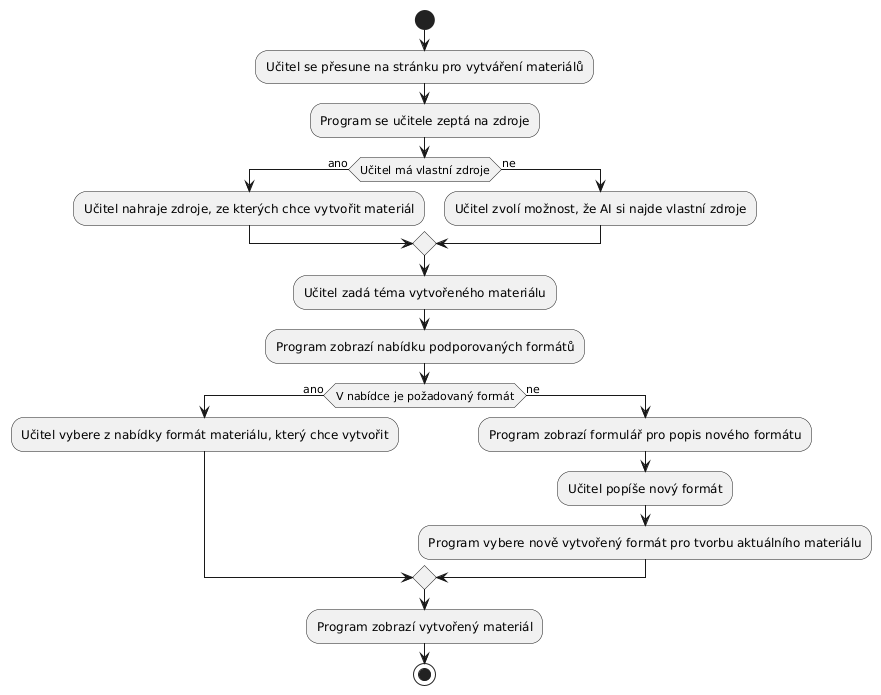
Before: activity_diagrams/AD-006.png, a diagram exported from PlantUML (SmartGourd/NSWI041).
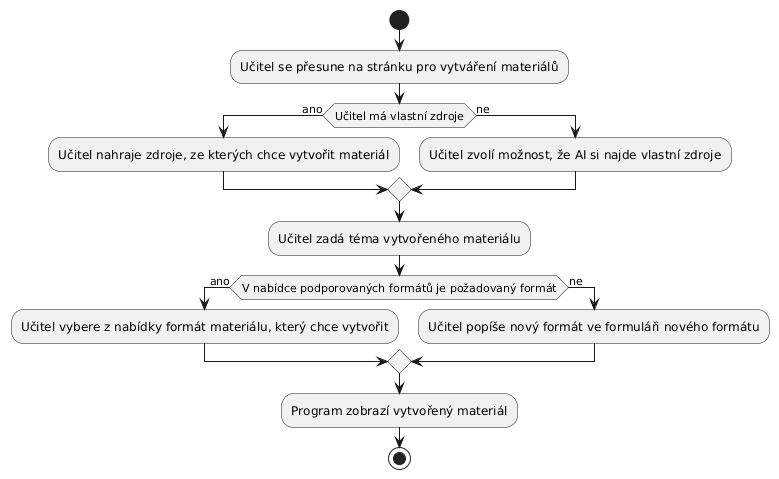
The same file after the commit.

Change to the diagram source:
```diff
@@ -1,20 +1,16 @@
 @startuml
 start
 :Učitel se přesune na stránku pro vytváření materiálů;
-:Program se učitele zeptá na zdroje;
 if (Učitel má vlastní zdroje) then (ano)
 :Učitel nahraje zdroje, ze kterých chce vytvořit materiál;
 else (ne)
 :Učitel zvolí možnost, že AI si najde vlastní zdroje;
 endif
 :Učitel zadá téma vytvořeného materiálu;
-:Program zobrazí nabídku podporovaných formátů;
-if (V nabídce je požadovaný formát) then (ano)
+if (V nabídce podporovaných formátů je požadovaný formát) then (ano)
 :Učitel vybere z nabídky formát materiálu, který chce vytvořit;
 else (ne)
-:Program zobrazí formulář pro popis nového formátu;
-:Učitel popíše nový formát;
-:Program vybere nově vytvořený formát pro tvorbu aktuálního materiálu;
+:Učitel popíše nový formát ve formuláři nového formátu;
 endif
 :Program zobrazí vytvořený materiál;
 stop
```
